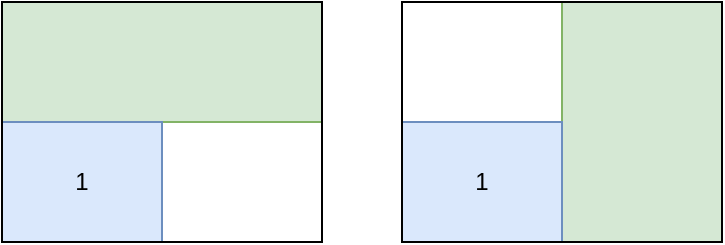
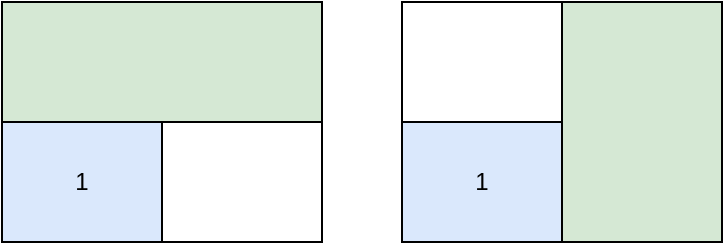
<mxfile host="Electron" agent="5.0 (Windows NT 10.0; Win64; x64) AppleWebKit/537.36 (KHTML, like Gecko) draw.io/14.5.1 Chrome/89.0.4389.82 Electron/12.0.1 Safari/537.36">
  <diagram name="Page-1" id="02KkKBvZYiK5bZEBiGTV">
    <mxGraphModel dx="2934" dy="2405" grid="1" gridSize="10" guides="1" tooltips="1" connect="1" arrows="1" fold="1" page="1" pageScale="1" pageWidth="827" pageHeight="1169" math="0" shadow="0">
      <root>
        <mxCell id="0" />
        <mxCell id="1" parent="0" />
-         <mxCell id="jWXg6C8XzQNhR6zqakxk-5" parent="1" style="rounded=0;whiteSpace=wrap;html=1;fillColor=#d5e8d4;strokeColor=#82b366;" value="" vertex="1">
+         <mxCell id="jWXg6C8XzQNhR6zqakxk-5" parent="1" style="rounded=0;whiteSpace=wrap;html=1;fillColor=#d5e8d4;strokeColor=#000000;" value="" vertex="1">
          <mxGeometry height="60" width="160" x="100" y="-1000" as="geometry" />
        </mxCell>
-         <mxCell id="jWXg6C8XzQNhR6zqakxk-6" parent="1" style="rounded=0;whiteSpace=wrap;html=1;fillColor=#d5e8d4;strokeColor=#82b366;" value="" vertex="1">
+         <mxCell id="jWXg6C8XzQNhR6zqakxk-6" parent="1" style="rounded=0;whiteSpace=wrap;html=1;fillColor=#d5e8d4;strokeColor=#000000;" value="" vertex="1">
          <mxGeometry height="120" width="80" x="380" y="-1000" as="geometry" />
        </mxCell>
-         <mxCell id="o4o6MwdlSY0Pu_kK7GNF-7" parent="1" style="rounded=0;whiteSpace=wrap;html=1;fillColor=#dae8fc;strokeColor=#6c8ebf;" value="1" vertex="1">
+         <mxCell id="o4o6MwdlSY0Pu_kK7GNF-7" parent="1" style="rounded=0;whiteSpace=wrap;html=1;fillColor=#dae8fc;strokeColor=#000000;" value="1" vertex="1">
          <mxGeometry height="60" width="80" x="300" y="-940" as="geometry" />
        </mxCell>
-         <mxCell id="uKzleN3G7a6z0qNrn_cC-1" parent="1" style="rounded=0;whiteSpace=wrap;html=1;fillColor=none;" value="" vertex="1">
+         <mxCell id="uKzleN3G7a6z0qNrn_cC-1" parent="1" style="rounded=0;whiteSpace=wrap;html=1;fillColor=none;strokeColor=#000000;" value="" vertex="1">
          <mxGeometry height="120" width="160" x="300" y="-1000" as="geometry" />
        </mxCell>
-         <mxCell id="jWXg6C8XzQNhR6zqakxk-3" parent="1" style="rounded=0;whiteSpace=wrap;html=1;fillColor=#dae8fc;strokeColor=#6c8ebf;" value="1" vertex="1">
+         <mxCell id="jWXg6C8XzQNhR6zqakxk-3" parent="1" style="rounded=0;whiteSpace=wrap;html=1;fillColor=#dae8fc;strokeColor=#000000;" value="1" vertex="1">
          <mxGeometry height="60" width="80" x="100" y="-940" as="geometry" />
        </mxCell>
-         <mxCell id="jWXg6C8XzQNhR6zqakxk-4" parent="1" style="rounded=0;whiteSpace=wrap;html=1;fillColor=none;" value="" vertex="1">
+         <mxCell id="jWXg6C8XzQNhR6zqakxk-4" parent="1" style="rounded=0;whiteSpace=wrap;html=1;fillColor=none;strokeColor=#000000;" value="" vertex="1">
          <mxGeometry height="120" width="160" x="100" y="-1000" as="geometry" />
        </mxCell>
      </root>
    </mxGraphModel>
  </diagram>
</mxfile>
